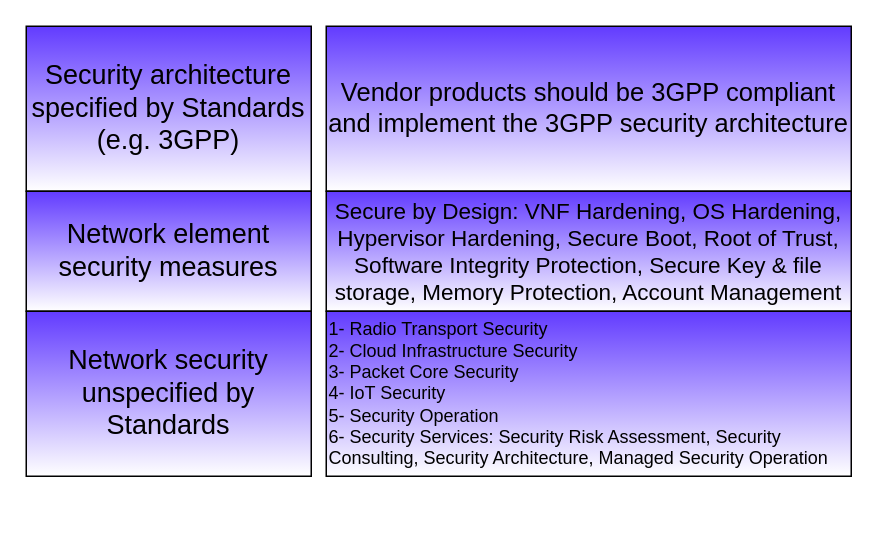
This is page "17-secure-by-design" (5 of 13) of 2-5G-security.drawio from h4kdev/diagrams, a draw.io file, before an edit. Source tidied: cells renumbered, new cells numbered last; positions are measured from the earlier drawing's top-left corner, leaving out a move shared by most shapes. Both pictures are drawn from the tidied source at 150%, with x=0, y=0 at pixel (26, 26).
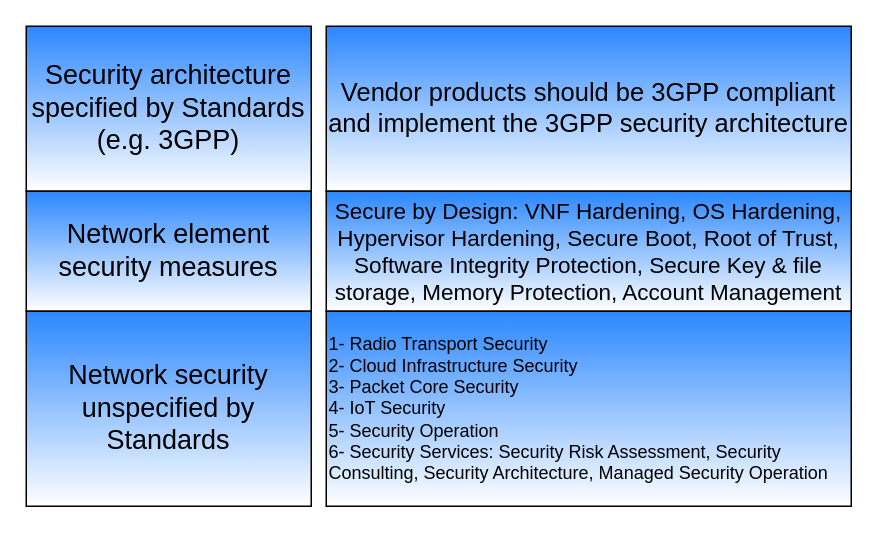
After the change.

What changed in the source:
```diff
@@
 <mxGraphModel>
   <root>
     <mxCell id="0" />
     <mxCell id="1" parent="0" />
-    <mxCell id="2" value="Security architecture specified by Standards (e.g. 3GPP)" style="rounded=0;whiteSpace=wrap;html=1;fontSize=18;strokeColor=default;fillColor=#623BFF;gradientColor=#ffffff;" parent="1" vertex="1">
+    <mxCell id="2" value="Security architecture specified by Standards (e.g. 3GPP)" style="rounded=0;whiteSpace=wrap;html=1;fontSize=18;strokeColor=default;fillColor=#2B87FF;gradientColor=#ffffff;" parent="1" vertex="1">
       <mxGeometry width="190" height="110" as="geometry" />
     </mxCell>
-    <mxCell id="3" value="Network element security measures" style="rounded=0;whiteSpace=wrap;html=1;fontSize=18;strokeColor=default;fillColor=#623BFF;gradientColor=#ffffff;" parent="1" vertex="1">
+    <mxCell id="3" value="Network element security measures" style="rounded=0;whiteSpace=wrap;html=1;fontSize=18;strokeColor=default;fillColor=#2B87FF;gradientColor=#ffffff;" parent="1" vertex="1">
       <mxGeometry y="110" width="190" height="80" as="geometry" />
     </mxCell>
-    <mxCell id="4" value="Network security unspecified by Standards" style="rounded=0;whiteSpace=wrap;html=1;fontSize=18;strokeColor=default;fillColor=#623BFF;gradientColor=#ffffff;" parent="1" vertex="1">
-      <mxGeometry y="190" width="190" height="110" as="geometry" />
+    <mxCell id="4" value="Network security unspecified by Standards" style="rounded=0;whiteSpace=wrap;html=1;fontSize=18;strokeColor=default;fillColor=#2B87FF;gradientColor=#ffffff;" parent="1" vertex="1">
+      <mxGeometry y="190" width="190" height="130" as="geometry" />
     </mxCell>
-    <mxCell id="5" value="Vendor products should be 3GPP compliant and implement the 3GPP security architecture" style="rounded=0;whiteSpace=wrap;html=1;fontSize=17;strokeColor=default;fillColor=#623BFF;gradientColor=#ffffff;" parent="1" vertex="1">
+    <mxCell id="5" value="Vendor products should be 3GPP compliant and implement the 3GPP security architecture" style="rounded=0;whiteSpace=wrap;html=1;fontSize=17;strokeColor=default;fillColor=#2B87FF;gradientColor=#ffffff;" parent="1" vertex="1">
       <mxGeometry x="200" width="350" height="110" as="geometry" />
     </mxCell>
-    <mxCell id="6" value="Secure by Design: VNF Hardening, OS Hardening, Hypervisor Hardening, Secure Boot, Root of Trust, Software Integrity Protection, Secure Key &amp;amp; file storage, Memory Protection, Account Management" style="rounded=0;whiteSpace=wrap;html=1;fontSize=15;strokeColor=default;fillColor=#623BFF;gradientColor=#ffffff;" parent="1" vertex="1">
+    <mxCell id="6" value="Secure by Design: VNF Hardening, OS Hardening, Hypervisor Hardening, Secure Boot, Root of Trust, Software Integrity Protection, Secure Key &amp;amp; file storage, Memory Protection, Account Management" style="rounded=0;whiteSpace=wrap;html=1;fontSize=15;strokeColor=default;fillColor=#2B87FF;gradientColor=#ffffff;" parent="1" vertex="1">
       <mxGeometry x="200" y="110" width="350" height="80" as="geometry" />
     </mxCell>
-    <mxCell id="7" value="&lt;div style=&quot;font-size: 12px;&quot;&gt;1- Radio Transport Security&lt;/div&gt;&lt;div style=&quot;font-size: 12px;&quot;&gt;2- Cloud Infrastructure Security&lt;/div&gt;&lt;div style=&quot;font-size: 12px;&quot;&gt;3- Packet Core Security&lt;/div&gt;&lt;div style=&quot;font-size: 12px;&quot;&gt;4- IoT Security&lt;/div&gt;&lt;div style=&quot;font-size: 12px;&quot;&gt;5- Security Operation&lt;/div&gt;&lt;div style=&quot;font-size: 12px;&quot;&gt;6- Security Services: Security Risk Assessment, Security Consulting, Security Architecture, Managed Security Operation&lt;br style=&quot;font-size: 12px;&quot;&gt;&lt;/div&gt;" style="rounded=0;whiteSpace=wrap;html=1;fontSize=12;strokeColor=default;fillColor=#623BFF;gradientColor=#ffffff;align=left;" parent="1" vertex="1">
-      <mxGeometry x="200" y="190" width="350" height="110" as="geometry" />
+    <mxCell id="7" value="&lt;div style=&quot;font-size: 12px;&quot;&gt;1- Radio Transport Security&lt;/div&gt;&lt;div style=&quot;font-size: 12px;&quot;&gt;2- Cloud Infrastructure Security&lt;/div&gt;&lt;div style=&quot;font-size: 12px;&quot;&gt;3- Packet Core Security&lt;/div&gt;&lt;div style=&quot;font-size: 12px;&quot;&gt;4- IoT Security&lt;/div&gt;&lt;div style=&quot;font-size: 12px;&quot;&gt;5- Security Operation&lt;/div&gt;&lt;div style=&quot;font-size: 12px;&quot;&gt;6- Security Services: Security Risk Assessment, Security Consulting, Security Architecture, Managed Security Operation&lt;br style=&quot;font-size: 12px;&quot;&gt;&lt;/div&gt;" style="rounded=0;whiteSpace=wrap;html=1;fontSize=12;strokeColor=default;fillColor=#2B87FF;gradientColor=#ffffff;align=left;" parent="1" vertex="1">
+      <mxGeometry x="200" y="190" width="350" height="130" as="geometry" />
     </mxCell>
   </root>
 </mxGraphModel>
```
